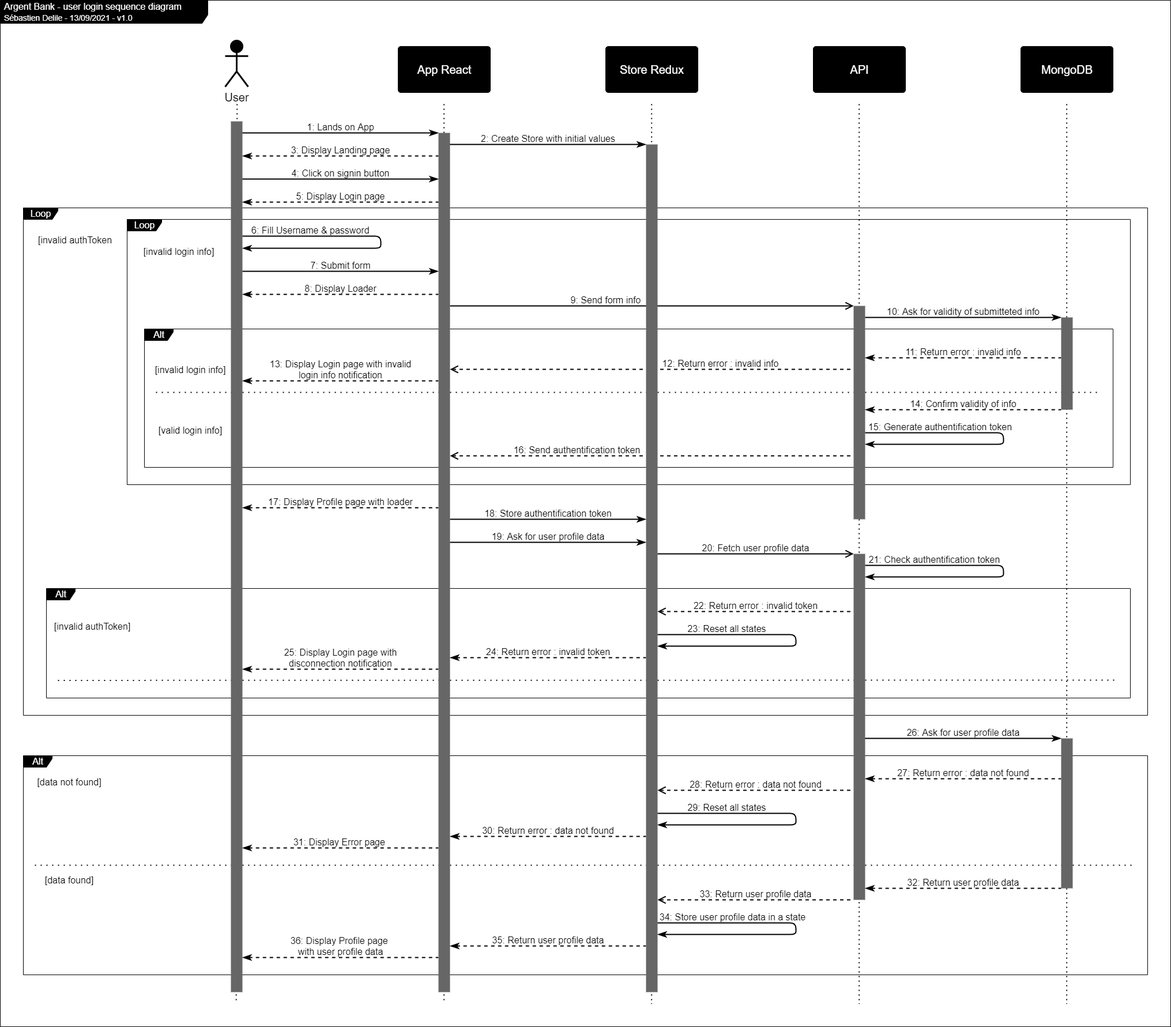
Before: specs/argentBank_sequence_userLogin.drawio.png, a diagram exported from draw.io (SebDelile/SebastienDelile_13_10092021). Source tidied: cells renumbered, new cells last; positions are measured from the earlier drawing's top-left corner, leaving out a move shared by most shapes.
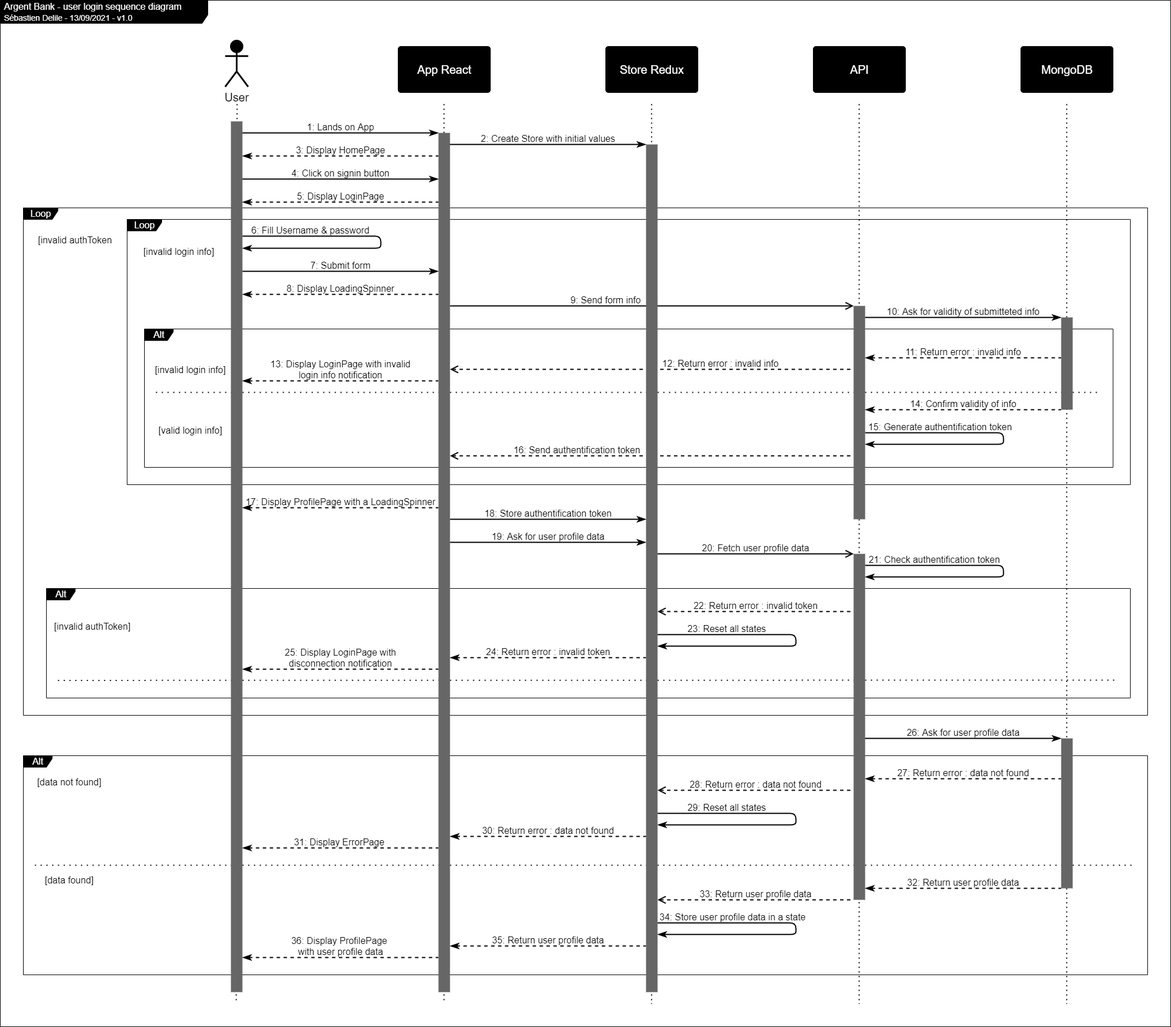
Above is the later version.

Diff of the diagram source:
```diff
@@ -13,7 +13,7 @@
         <mxPoint x="30" y="30" as="offset" />
       </mxGeometry>
     </mxCell>
-    <mxCell id="5" value="31: Display Error page&amp;nbsp;" style="edgeStyle=orthogonalEdgeStyle;rounded=0;orthogonalLoop=1;jettySize=auto;html=1;strokeColor=#000000;endArrow=none;endFill=0;strokeWidth=2;endSize=10;fontColor=#000000;labelBackgroundColor=none;fontSize=16;startArrow=classicThin;startFill=1;startSize=10;dashed=1;" parent="3" edge="1">
+    <mxCell id="5" value="31: Display ErrorPage&amp;nbsp;" style="edgeStyle=orthogonalEdgeStyle;rounded=0;orthogonalLoop=1;jettySize=auto;html=1;strokeColor=#000000;endArrow=none;endFill=0;strokeWidth=2;endSize=10;fontColor=#000000;labelBackgroundColor=none;fontSize=16;startArrow=classicThin;startFill=1;startSize=10;dashed=1;" parent="3" edge="1">
       <mxGeometry y="10" relative="1" as="geometry">
         <mxPoint x="380" y="160" as="sourcePoint" />
         <mxPoint x="720" y="160" as="targetPoint" />
@@ -112,7 +112,7 @@
         </Array>
       </mxGeometry>
     </mxCell>
-    <mxCell id="16" value="36: Display Profile page &lt;br&gt;with user profile data" style="edgeStyle=orthogonalEdgeStyle;rounded=0;orthogonalLoop=1;jettySize=auto;html=1;strokeColor=#000000;endArrow=none;endFill=0;strokeWidth=2;endSize=10;fontColor=#000000;labelBackgroundColor=none;fontSize=16;startArrow=classicThin;startFill=1;startSize=10;dashed=1;" parent="3" edge="1">
+    <mxCell id="16" value="36: Display ProfilePage &lt;br&gt;with user profile data" style="edgeStyle=orthogonalEdgeStyle;rounded=0;orthogonalLoop=1;jettySize=auto;html=1;strokeColor=#000000;endArrow=none;endFill=0;strokeWidth=2;endSize=10;fontColor=#000000;labelBackgroundColor=none;fontSize=16;startArrow=classicThin;startFill=1;startSize=10;dashed=1;" parent="3" edge="1">
       <mxGeometry y="20" relative="1" as="geometry">
         <mxPoint x="380" y="350" as="sourcePoint" />
         <mxPoint x="720" y="350" as="targetPoint" />
@@ -170,7 +170,7 @@
         </Array>
       </mxGeometry>
     </mxCell>
-    <mxCell id="25" value="25: Display Login page with&lt;br&gt;disconnection&amp;nbsp;notification" style="edgeStyle=orthogonalEdgeStyle;rounded=0;orthogonalLoop=1;jettySize=auto;html=1;strokeColor=#000000;endArrow=none;endFill=0;strokeWidth=2;endSize=10;fontColor=#000000;labelBackgroundColor=none;fontSize=16;startArrow=classicThin;startFill=1;startSize=10;dashed=1;" parent="19" edge="1">
+    <mxCell id="25" value="25: Display LoginPage with&lt;br&gt;disconnection&amp;nbsp;notification" style="edgeStyle=orthogonalEdgeStyle;rounded=0;orthogonalLoop=1;jettySize=auto;html=1;strokeColor=#000000;endArrow=none;endFill=0;strokeWidth=2;endSize=10;fontColor=#000000;labelBackgroundColor=none;fontSize=16;startArrow=classicThin;startFill=1;startSize=10;dashed=1;" parent="19" edge="1">
       <mxGeometry y="20" relative="1" as="geometry">
         <mxPoint x="340" y="140" as="sourcePoint" />
         <mxPoint x="680" y="140" as="targetPoint" />
@@ -206,7 +206,7 @@
         </Array>
       </mxGeometry>
     </mxCell>
-    <mxCell id="30" value="8: Display Loader" style="edgeStyle=orthogonalEdgeStyle;rounded=0;orthogonalLoop=1;jettySize=auto;html=1;strokeColor=#000000;endArrow=none;endFill=0;strokeWidth=2;endSize=10;fontColor=#000000;labelBackgroundColor=none;fontSize=16;startArrow=classicThin;startFill=1;startSize=10;dashed=1;" parent="26" edge="1">
+    <mxCell id="30" value="8: Display LoadingSpinner" style="edgeStyle=orthogonalEdgeStyle;rounded=0;orthogonalLoop=1;jettySize=auto;html=1;strokeColor=#000000;endArrow=none;endFill=0;strokeWidth=2;endSize=10;fontColor=#000000;labelBackgroundColor=none;fontSize=16;startArrow=classicThin;startFill=1;startSize=10;dashed=1;" parent="26" edge="1">
       <mxGeometry y="10" relative="1" as="geometry">
         <mxPoint x="200" y="130" as="sourcePoint" />
         <mxPoint x="540" y="130" as="targetPoint" />
@@ -260,7 +260,7 @@
         <mxPoint x="-1" as="offset" />
       </mxGeometry>
     </mxCell>
-    <mxCell id="36" value="13: Display Login page with invalid&lt;br&gt;login info notification" style="edgeStyle=orthogonalEdgeStyle;rounded=0;orthogonalLoop=1;jettySize=auto;html=1;strokeColor=#000000;endArrow=none;endFill=0;strokeWidth=2;endSize=10;fontColor=#000000;labelBackgroundColor=none;fontSize=16;startArrow=classicThin;startFill=1;startSize=10;dashed=1;" parent="33" edge="1">
+    <mxCell id="36" value="13: Display LoginPage with invalid&lt;br&gt;login info notification" style="edgeStyle=orthogonalEdgeStyle;rounded=0;orthogonalLoop=1;jettySize=auto;html=1;strokeColor=#000000;endArrow=none;endFill=0;strokeWidth=2;endSize=10;fontColor=#000000;labelBackgroundColor=none;fontSize=16;startArrow=classicThin;startFill=1;startSize=10;dashed=1;" parent="33" edge="1">
       <mxGeometry y="20" relative="1" as="geometry">
         <mxPoint x="170" y="90" as="sourcePoint" />
         <mxPoint x="510" y="90" as="targetPoint" />
@@ -312,7 +312,7 @@
     <mxCell id="42" value="[invalid login info]" style="text;align=center;fontColor=#000000;fontSize=16;" parent="33" vertex="1">
       <mxGeometry x="30" y="55" width="100" height="20" as="geometry" />
     </mxCell>
-    <mxCell id="43" value="17: Display Profile page with loader" style="edgeStyle=orthogonalEdgeStyle;rounded=0;orthogonalLoop=1;jettySize=auto;html=1;strokeColor=#000000;endArrow=none;endFill=0;strokeWidth=2;endSize=10;fontColor=#000000;labelBackgroundColor=none;fontSize=16;startArrow=classicThin;startFill=1;startSize=10;dashed=1;" parent="17" edge="1">
+    <mxCell id="43" value="17: Display ProfilePage with a LoadingSpinner" style="edgeStyle=orthogonalEdgeStyle;rounded=0;orthogonalLoop=1;jettySize=auto;html=1;strokeColor=#000000;endArrow=none;endFill=0;strokeWidth=2;endSize=10;fontColor=#000000;labelBackgroundColor=none;fontSize=16;startArrow=classicThin;startFill=1;startSize=10;dashed=1;" parent="17" edge="1">
       <mxGeometry y="10" relative="1" as="geometry">
         <mxPoint x="380" y="520" as="sourcePoint" />
         <mxPoint x="720" y="520" as="targetPoint" />
@@ -426,7 +426,7 @@
         </Array>
       </mxGeometry>
     </mxCell>
-    <mxCell id="62" value="3: Display Landing page" style="edgeStyle=orthogonalEdgeStyle;rounded=0;jettySize=auto;html=1;strokeColor=#000000;endArrow=none;endFill=0;strokeWidth=2;endSize=10;fontColor=#000000;labelBackgroundColor=none;fontSize=16;startArrow=classicThin;startFill=1;startSize=10;dashed=1;" parent="1" edge="1" source="50" target="55">
+    <mxCell id="62" value="3: Display HomePage" style="edgeStyle=orthogonalEdgeStyle;rounded=0;jettySize=auto;html=1;strokeColor=#000000;endArrow=none;endFill=0;strokeWidth=2;endSize=10;fontColor=#000000;labelBackgroundColor=none;fontSize=16;startArrow=classicThin;startFill=1;startSize=10;dashed=1;" parent="1" edge="1" source="50" target="55">
       <mxGeometry y="10" relative="1" as="geometry">
         <Array as="points">
           <mxPoint x="710" y="270" />
@@ -442,7 +442,7 @@
         </Array>
       </mxGeometry>
     </mxCell>
-    <mxCell id="64" value="5: Display Login page" style="edgeStyle=orthogonalEdgeStyle;rounded=0;orthogonalLoop=1;jettySize=auto;html=1;strokeColor=#000000;endArrow=none;endFill=0;strokeWidth=2;endSize=10;fontColor=#000000;labelBackgroundColor=none;fontSize=16;startArrow=classicThin;startFill=1;startSize=10;dashed=1;" parent="1" edge="1">
+    <mxCell id="64" value="5: Display LoginPage" style="edgeStyle=orthogonalEdgeStyle;rounded=0;orthogonalLoop=1;jettySize=auto;html=1;strokeColor=#000000;endArrow=none;endFill=0;strokeWidth=2;endSize=10;fontColor=#000000;labelBackgroundColor=none;fontSize=16;startArrow=classicThin;startFill=1;startSize=10;dashed=1;" parent="1" edge="1">
       <mxGeometry y="10" relative="1" as="geometry">
         <mxPoint x="420" y="350" as="sourcePoint" />
         <mxPoint x="760" y="350" as="targetPoint" />
```
